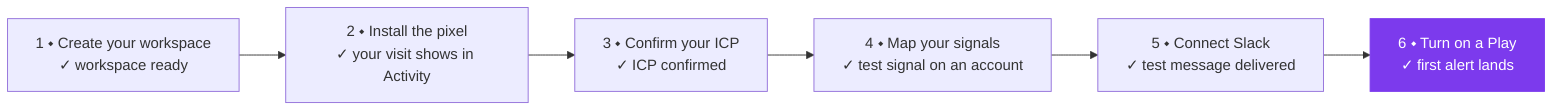
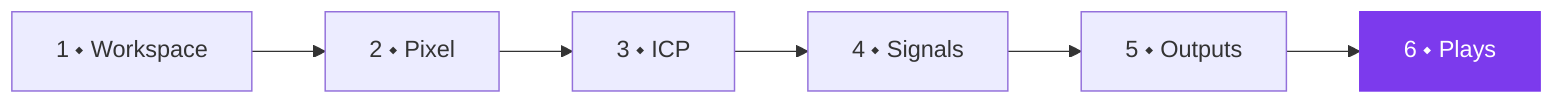
flowchart LR
-     A["1 ⬩ Create your workspace<br/>✓ workspace ready"] --> B["2 ⬩ Install the pixel<br/>✓ your visit shows in Activity"]
-     B --> C["3 ⬩ Confirm your ICP<br/>✓ ICP confirmed"]
-     C --> D["4 ⬩ Map your signals<br/>✓ test signal on an account"]
-     D --> E["5 ⬩ Connect Slack<br/>✓ test message delivered"]
-     E --> F["6 ⬩ Turn on a Play<br/>✓ first alert lands"]:::accent
+     A["1 ⬩ Workspace"] --> B["2 ⬩ Pixel"]
+     B --> C["3 ⬩ ICP"]
+     C --> D["4 ⬩ Signals"]
+     D --> E["5 ⬩ Outputs"]
+     E --> F["6 ⬩ Plays"]:::accent
    classDef accent fill:#7C3AED,stroke:#7C3AED,color:#FFFFFF
